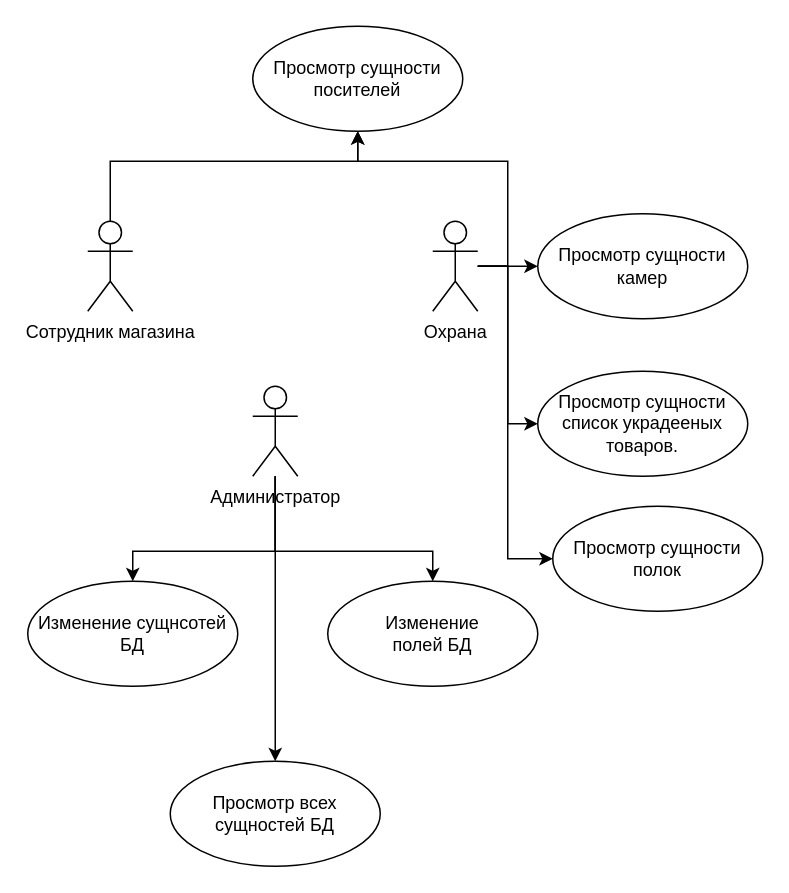
This is docs/assets/graphs/Use-case.drawio from xanderkov/ics7-db-cw, a draw.io file, before an edit. Source tidied: cells renumbered, new cells numbered last; positions are measured from the earlier drawing's top-left corner, leaving out a move shared by most shapes. Both pictures are drawn from the tidied source at 150%, with x=0, y=0 at pixel (27, 26).
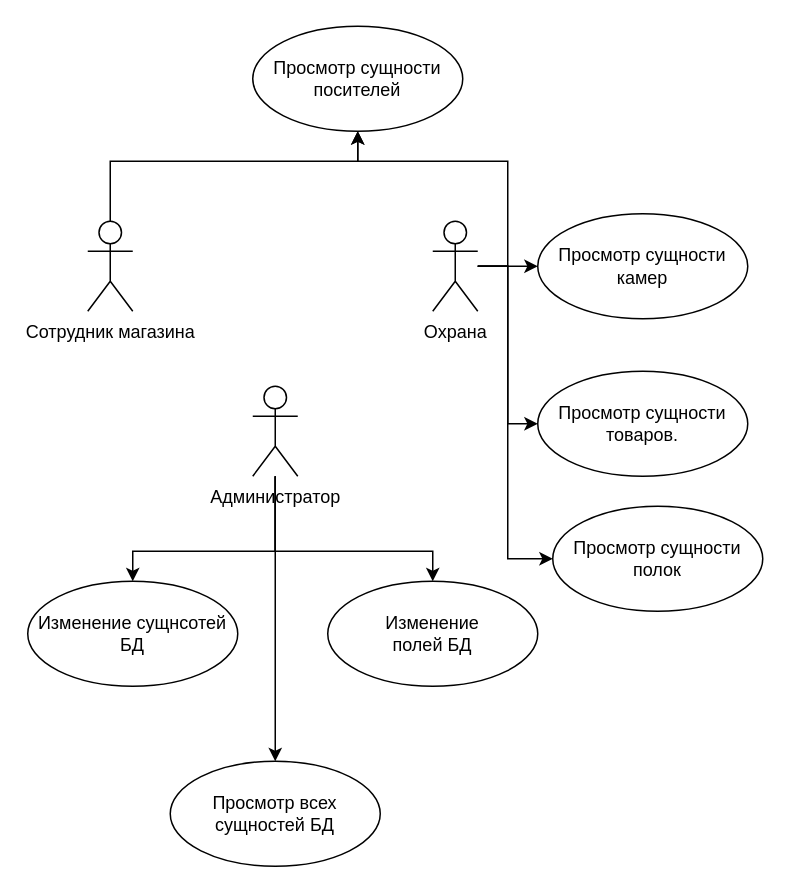
After the change.

The edit, as a diff of the source:
```diff
@@
-    <mxCell id="18" value="Просмотр сущности&lt;br&gt;список украдееных&lt;br&gt;товаров." style="ellipse;whiteSpace=wrap;html=1;" parent="1" vertex="1">
+    <mxCell id="18" value="Просмотр сущности&lt;br&gt;товаров." style="ellipse;whiteSpace=wrap;html=1;" parent="1" vertex="1">
       <mxGeometry x="340" y="230" width="140" height="70" as="geometry" />
     </mxCell>
```
